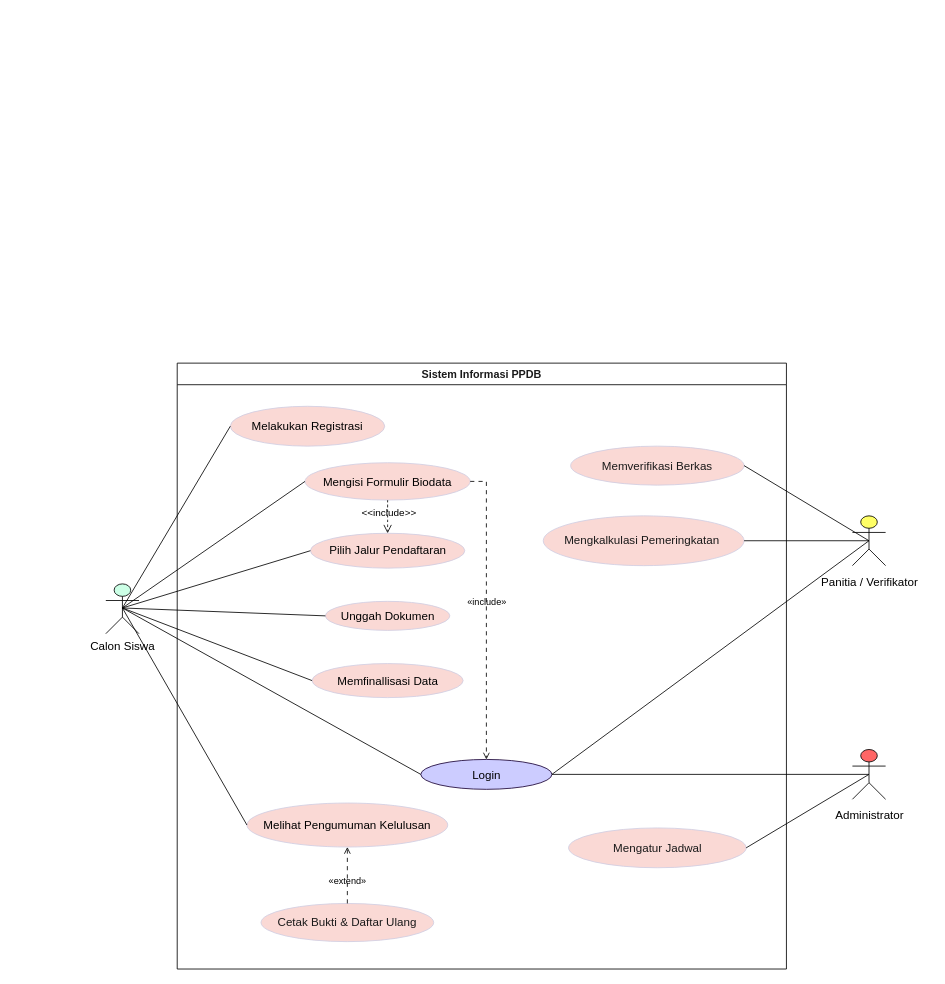
This is Use Case PPDB.drawio from Natarchh/Sistem-Informasi-Pendaftaran-Sekolah, a draw.io file, before an edit. Source tidied: cells renumbered, new cells numbered last; positions are measured from the earlier drawing's top-left corner, leaving out a move shared by most shapes. Both pictures are drawn from the tidied source at 83%, with x=0, y=0 at pixel (14, 14).
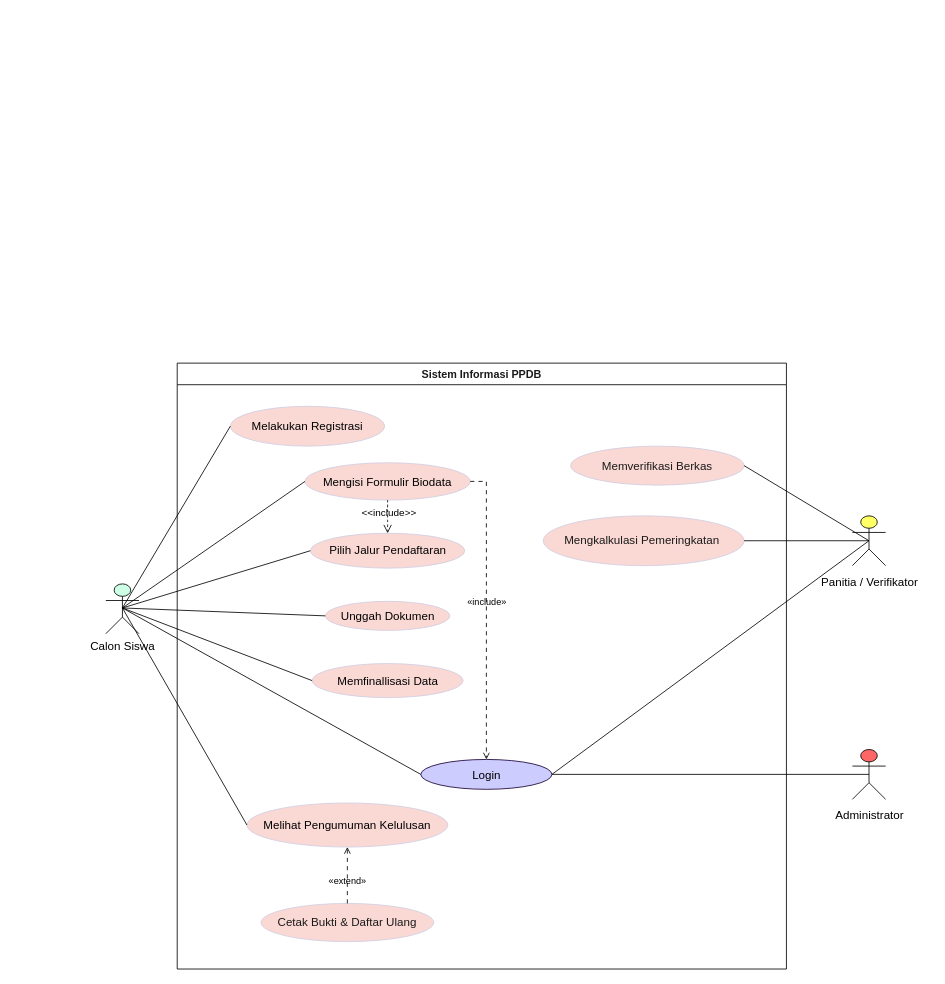
The same page after the edit.

Unchanged cells that the change refers to:
```xml
<mxCell id="2" style="group;transparentBounds=1;editIcon=1;lockedGroup=0;groupPadding=10 10 40 10;rounded=0;labelBackgroundColor=none;fontColor=#1A1A1A;" parent="1" vertex="1">
  <mxGeometry as="geometry" />
</mxCell>
<mxCell id="3" value="Sistem Informasi PPDB" style="swimlane;startSize=26;fillColor=none;strokeColor=#000000;fontColor=#1A1A1A;fontSize=13;fontStyle=1;whiteSpace=wrap;rounded=0;labelBackgroundColor=none;" parent="2" vertex="1">
  <mxGeometry x="196" y="420" width="734" height="730" as="geometry" />
</mxCell>
<mxCell id="22" style="shape=umlActor;html=1;fillColor=#FF6666;strokeColor=#000000;fontColor=#1A1A1A;fontSize=14;rounded=0;labelBackgroundColor=none;" parent="2" vertex="1">
  <mxGeometry x="1009.5" y="885.5" width="40" height="60" as="geometry" />
</mxCell>
```

Change to the diagram source:
```diff
@@
-    <mxCell id="13" value="Mengatur Jadwal" style="ellipse;html=1;fillColor=#FAD9D5;strokeColor=#D0CEE2;whiteSpace=wrap;fontColor=#1A1A1A;fontSize=14;rounded=0;labelBackgroundColor=none;" parent="3" vertex="1">
-      <mxGeometry x="471.5" y="560" width="214" height="48" as="geometry" />
-    </mxCell>
@@
-    <mxCell id="34" style="endArrow=none;strokeColor=#000000;fontColor=default;fontSize=11;edgeStyle=none;rounded=0;html=1;exitX=0.5;exitY=0.5;exitPerimeter=0;curved=0;endSize=6;sourcePerimeterSpacing=0;targetPerimeterSpacing=0;exitDx=0;exitDy=0;entryX=1;entryY=0.5;entryDx=0;entryDy=0;labelBackgroundColor=none;" parent="2" edge="1" source="22" target="13">
-      <mxGeometry relative="1" as="geometry" />
-    </mxCell>
```
